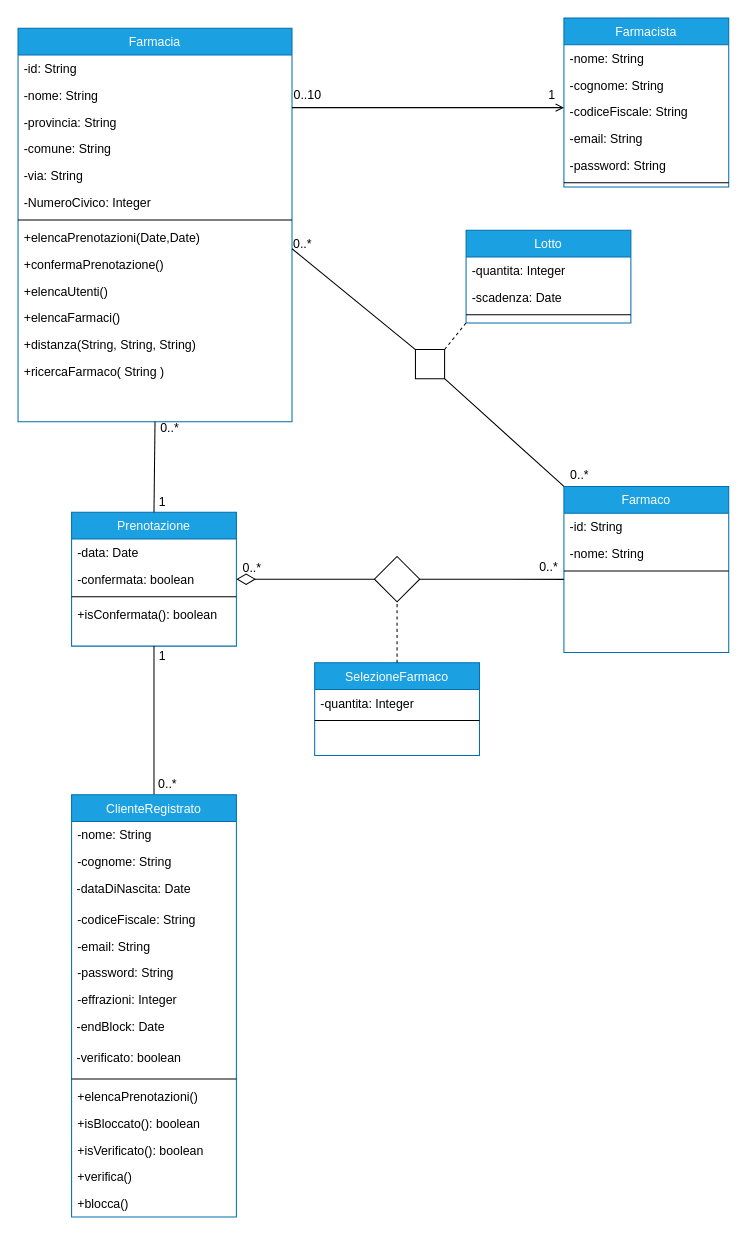
The draw.io diagram drawio/Architettura Logica/ModelloDominio.drawio in lnwor/farmabyte-doc, before the edit. Source tidied: cells renumbered, new cells numbered last; positions are measured from the earlier drawing's top-left corner, leaving out a move shared by most shapes. Both pictures are drawn from the tidied source at 103%, with x=0, y=0 at pixel (18, 18).
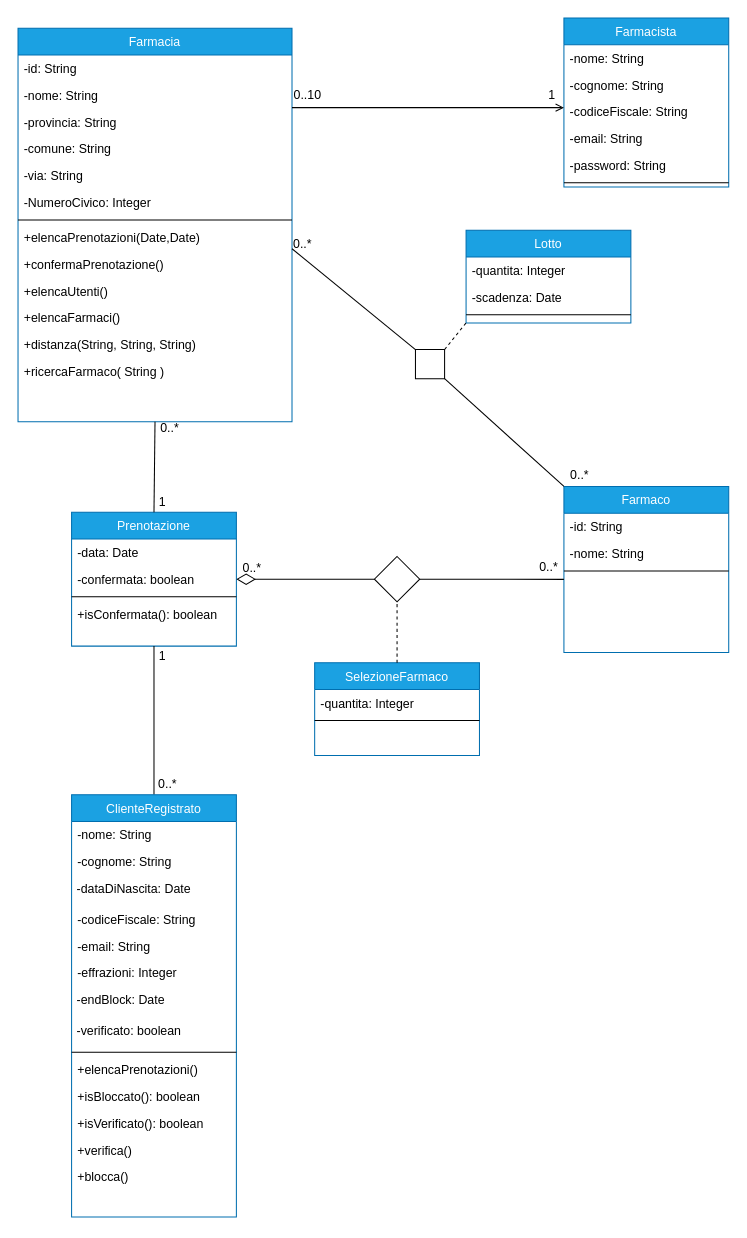
The same diagram, later.

Commit message (it also covers changes not shown here):
rimosse password ovunque

Unchanged cells that the change refers to:
```xml
<mxCell id="43" value="ClienteRegistrato" style="swimlane;fontStyle=0;align=center;verticalAlign=top;horizontal=1;startSize=26;rounded=0;shadow=0;strokeWidth=1;fillColor=#1ba1e2;strokeColor=#006EAF;fontColor=#ffffff;" parent="1" vertex="1">
  <mxGeometry x="52" y="754" width="160" height="410" as="geometry" />
</mxCell>
```

What changed in the source:
```diff
@@
-    <mxCell id="49" value="-password: String" style="text;align=left;verticalAlign=top;spacingLeft=4;spacingRight=4;overflow=hidden;" parent="43" vertex="1">
-      <mxGeometry y="160" width="160" height="26" as="geometry" />
-    </mxCell>
     <mxCell id="50" value="-effrazioni: Integer" style="text;align=left;verticalAlign=top;spacingLeft=4;spacingRight=4;overflow=hidden;" parent="43" vertex="1">
-      <mxGeometry y="186" width="160" height="26" as="geometry" />
+      <mxGeometry y="160" width="160" height="26" as="geometry" />
     </mxCell>
     <mxCell id="51" value="&lt;font face=&quot;helvetica&quot;&gt;&amp;nbsp;-endBlock: Date&lt;/font&gt;" style="text;whiteSpace=wrap;html=1;" parent="43" vertex="1">
-      <mxGeometry y="212" width="160" height="30" as="geometry" />
+      <mxGeometry y="186" width="160" height="30" as="geometry" />
     </mxCell>
     <mxCell id="52" value="&lt;font face=&quot;helvetica&quot;&gt;&amp;nbsp;-verificato: boolean&lt;/font&gt;" style="text;whiteSpace=wrap;html=1;" parent="43" vertex="1">
-      <mxGeometry y="242" width="160" height="30" as="geometry" />
+      <mxGeometry y="216" width="160" height="30" as="geometry" />
     </mxCell>
     <mxCell id="53" style="line;html=1;strokeWidth=1;align=left;verticalAlign=middle;spacingTop=-1;spacingLeft=3;spacingRight=3;labelPosition=right;" parent="43" vertex="1">
-      <mxGeometry y="272" width="160" height="8" as="geometry" />
+      <mxGeometry y="246" width="160" height="8" as="geometry" />
     </mxCell>
     <mxCell id="54" value="+elencaPrenotazioni()" style="text;align=left;verticalAlign=top;spacingLeft=4;spacingRight=4;overflow=hidden;" parent="43" vertex="1">
-      <mxGeometry y="280" width="160" height="26" as="geometry" />
+      <mxGeometry y="254" width="160" height="26" as="geometry" />
     </mxCell>
     <mxCell id="55" value="+isBloccato(): boolean" style="text;align=left;verticalAlign=top;spacingLeft=4;spacingRight=4;overflow=hidden;" parent="43" vertex="1">
-      <mxGeometry y="306" width="160" height="26" as="geometry" />
+      <mxGeometry y="280" width="160" height="26" as="geometry" />
     </mxCell>
     <mxCell id="56" value="+isVerificato(): boolean" style="text;align=left;verticalAlign=top;spacingLeft=4;spacingRight=4;overflow=hidden;" parent="43" vertex="1">
-      <mxGeometry y="332" width="160" height="26" as="geometry" />
+      <mxGeometry y="306" width="160" height="26" as="geometry" />
     </mxCell>
     <mxCell id="57" value="+verifica()" style="text;align=left;verticalAlign=top;spacingLeft=4;spacingRight=4;overflow=hidden;" parent="43" vertex="1">
-      <mxGeometry y="358" width="160" height="26" as="geometry" />
+      <mxGeometry y="332" width="160" height="26" as="geometry" />
     </mxCell>
     <mxCell id="58" value="+blocca()" style="text;align=left;verticalAlign=top;spacingLeft=4;spacingRight=4;overflow=hidden;" parent="43" vertex="1">
-      <mxGeometry y="384" width="160" height="26" as="geometry" />
+      <mxGeometry y="358" width="160" height="26" as="geometry" />
     </mxCell>
```
